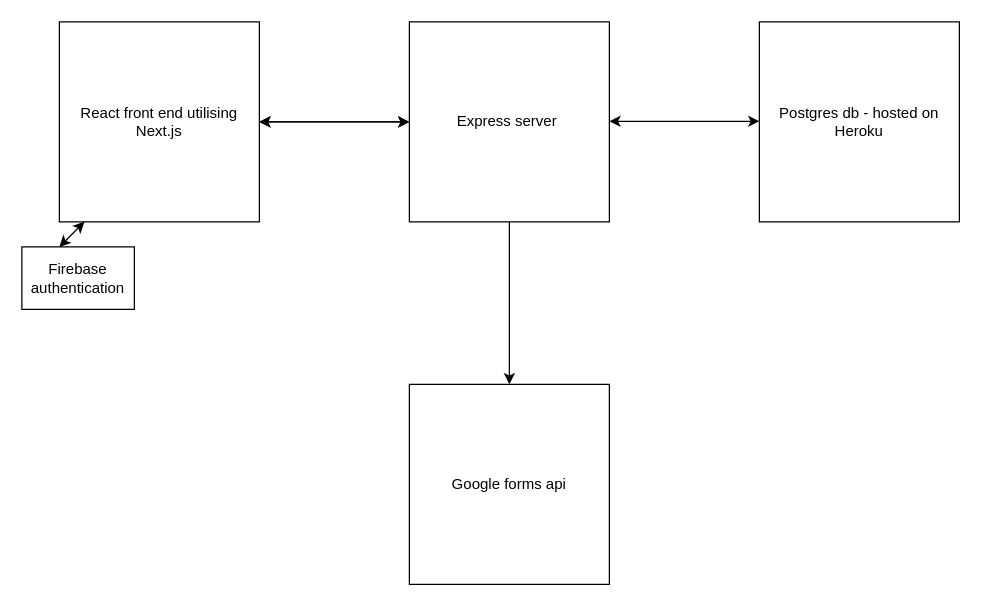
This is appstructure.drawio from SchoolOfCode/national-project-week-scott-ozzy-luna, a draw.io file, before an edit. Source tidied: cells renumbered, new cells numbered last; positions are measured from the earlier drawing's top-left corner, leaving out a move shared by most shapes. Both pictures are drawn from the tidied source at 125%, with x=0, y=0 at pixel (21, 21).
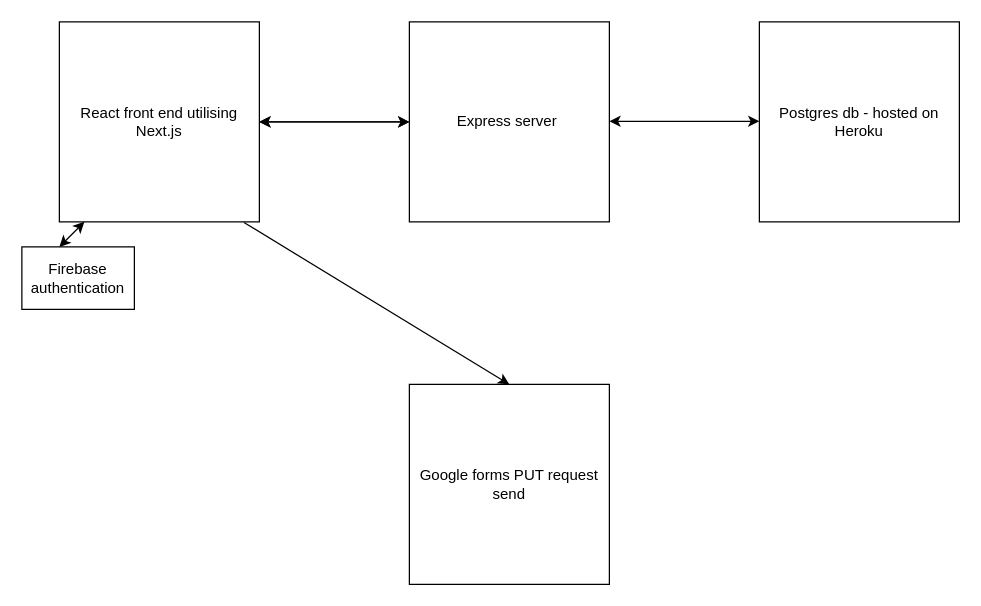
Above is the later version.

The edit, as a diff of the source:
```diff
@@
 <mxGraphModel>
   <root>
     <mxCell id="0" />
     <mxCell id="1" parent="0" />
     <mxCell id="2" value="React front end utilising Next.js" style="rounded=0;whiteSpace=wrap;html=1;" parent="1" vertex="1">
       <mxGeometry x="30" width="160" height="160" as="geometry" />
     </mxCell>
     <mxCell id="3" value="Express server&amp;nbsp;" style="rounded=0;whiteSpace=wrap;html=1;" parent="1" vertex="1">
       <mxGeometry x="310" width="160" height="160" as="geometry" />
     </mxCell>
     <mxCell id="4" value="Postgres db - hosted on Heroku" style="rounded=0;whiteSpace=wrap;html=1;" parent="1" vertex="1">
       <mxGeometry x="590" width="160" height="160" as="geometry" />
     </mxCell>
-    <mxCell id="5" value="Google forms api" style="rounded=0;whiteSpace=wrap;html=1;" parent="1" vertex="1">
+    <mxCell id="5" value="Google forms PUT request send" style="rounded=0;whiteSpace=wrap;html=1;" parent="1" vertex="1">
       <mxGeometry x="310" y="290" width="160" height="160" as="geometry" />
     </mxCell>
     <mxCell id="6" style="endArrow=classic;startArrow=classic;html=1;entryX=0;entryY=0.5;entryDx=0;entryDy=0;exitX=1;exitY=0.5;exitDx=0;exitDy=0;" parent="1" edge="1" source="2" target="3">
       <mxGeometry relative="1" as="geometry" />
     </mxCell>
     <mxCell id="7" style="endArrow=classic;startArrow=classic;html=1;entryX=0;entryY=0.5;entryDx=0;entryDy=0;exitX=1;exitY=0.5;exitDx=0;exitDy=0;" parent="1" edge="1" source="2" target="3">
       <mxGeometry relative="1" as="geometry">
         <Array as="points">
           <mxPoint x="250" y="80" />
         </Array>
       </mxGeometry>
     </mxCell>
     <mxCell id="8" style="endArrow=classic;startArrow=classic;html=1;entryX=0;entryY=0.5;entryDx=0;entryDy=0;exitX=1;exitY=0.5;exitDx=0;exitDy=0;" parent="1" edge="1">
       <mxGeometry relative="1" as="geometry">
         <mxPoint x="470" y="79.5" as="sourcePoint" />
         <mxPoint x="590" y="79.5" as="targetPoint" />
         <Array as="points">
           <mxPoint x="530" y="79.5" />
         </Array>
       </mxGeometry>
     </mxCell>
-    <mxCell id="9" style="endArrow=classic;html=1;exitX=0.5;exitY=1;exitDx=0;exitDy=0;entryX=0.5;entryY=0;entryDx=0;entryDy=0;" parent="1" edge="1" source="3" target="5">
+    <mxCell id="9" style="endArrow=classic;html=1;exitX=0.923;exitY=1.003;exitDx=0;exitDy=0;entryX=0.5;entryY=0;entryDx=0;entryDy=0;exitPerimeter=0;" parent="1" edge="1" source="2" target="5">
       <mxGeometry relative="1" as="geometry" />
     </mxCell>
     <mxCell id="10" value="Firebase authentication" style="rounded=0;whiteSpace=wrap;html=1;" parent="1" vertex="1">
       <mxGeometry y="180" width="90" height="50" as="geometry" />
     </mxCell>
     <mxCell id="11" style="endArrow=classic;startArrow=classic;html=1;" parent="1" edge="1">
       <mxGeometry relative="1" as="geometry">
         <mxPoint x="30" y="180" as="sourcePoint" />
         <mxPoint x="50" y="160" as="targetPoint" />
       </mxGeometry>
     </mxCell>
   </root>
 </mxGraphModel>
```
